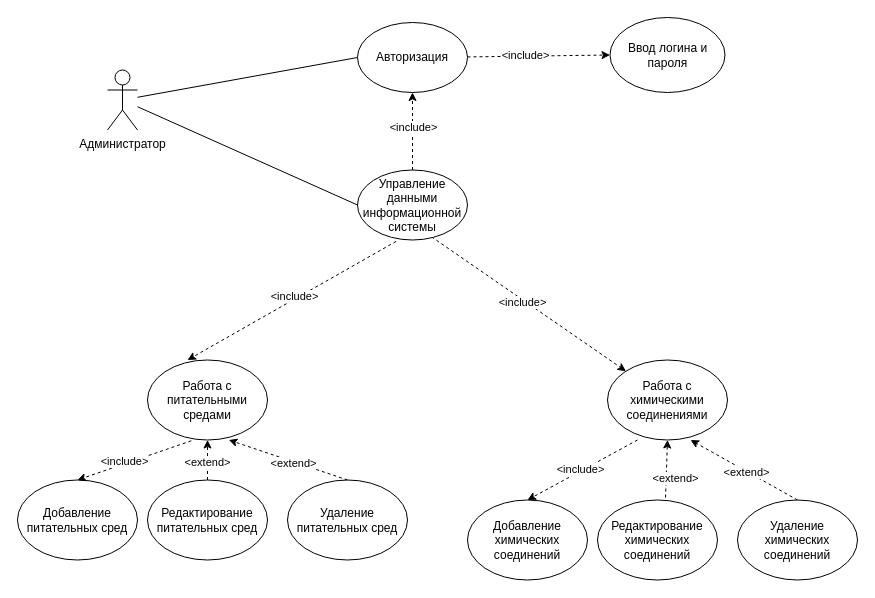
Before: use-case_admin.drawio in eva01pilot/plant-tissue-diagrams, a draw.io diagram. Source tidied: cells renumbered, new cells numbered last; positions are measured from the earlier drawing's top-left corner, leaving out a move shared by most shapes. Both pictures are drawn from the tidied source at 100%, with x=0, y=0 at pixel (17, 17).
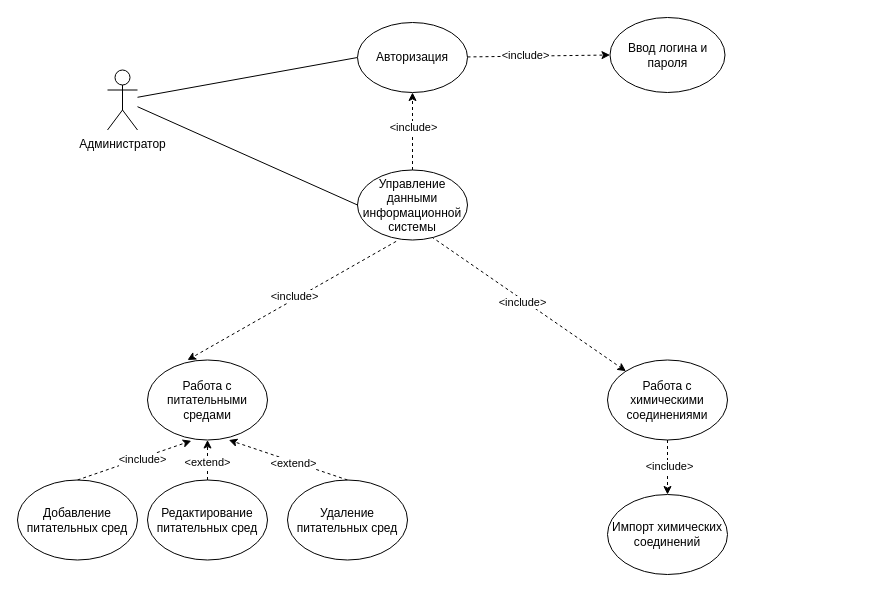
The same page after the edit.

The change refers to these unchanged cells:
```xml
<mxCell id="12" value="Работа с химическими соединениями" style="ellipse;whiteSpace=wrap;html=1;" parent="1" vertex="1">
  <mxGeometry x="590" y="342.5" width="120" height="80" as="geometry" />
</mxCell>
<mxCell id="13" value="&lt;div&gt;Работа с питательными средами&lt;/div&gt;" style="ellipse;whiteSpace=wrap;html=1;" parent="1" vertex="1">
  <mxGeometry x="130" y="342.5" width="120" height="80" as="geometry" />
</mxCell>
<mxCell id="16" value="&lt;div&gt;Добавление питательных сред&lt;/div&gt;" style="ellipse;whiteSpace=wrap;html=1;" parent="1" vertex="1">
  <mxGeometry y="462.5" width="120" height="80" as="geometry" />
</mxCell>
```

The edit, as a diff of the source:
```diff
@@
+    <mxCell id="36" style="edgeStyle=orthogonalEdgeStyle;rounded=0;jettySize=auto;html=1;entryX=0.5;entryY=0;entryDx=0;entryDy=0;dashed=1;" parent="1" edge="1" source="12" target="37">
+      <mxGeometry relative="1" as="geometry" />
+    </mxCell>
+    <mxCell id="29" value="&amp;lt;include&amp;gt;" style="edgeLabel;html=1;align=center;verticalAlign=middle;" parent="36" vertex="1">
+      <mxGeometry x="-0.03" y="1" relative="1" as="geometry" />
+    </mxCell>
@@
-    <mxCell id="19" style="endArrow=classic;html=1;rounded=0;exitX=0.365;exitY=1.01;exitDx=0;exitDy=0;entryX=0.5;entryY=0;entryDx=0;entryDy=0;dashed=1;exitPerimeter=0;" parent="1" edge="1" source="13" target="16">
+    <mxCell id="19" style="endArrow=classic;html=1;rounded=0;exitX=0.5;exitY=0;exitDx=0;exitDy=0;entryX=0.365;entryY=1.01;entryDx=0;entryDy=0;dashed=1;entryPerimeter=0;" parent="1" edge="1" source="16" target="13">
       <mxGeometry relative="1" as="geometry" />
     </mxCell>
@@
-    <mxCell id="25" value="&lt;div&gt;Добавление химических соединений&lt;br&gt;&lt;/div&gt;" style="ellipse;whiteSpace=wrap;html=1;" parent="1" vertex="1">
-      <mxGeometry x="450" y="482.5" width="120" height="80" as="geometry" />
-    </mxCell>
-    <mxCell id="26" value="&lt;div&gt;Редактирование химических соединений&lt;br&gt;&lt;/div&gt;" style="ellipse;whiteSpace=wrap;html=1;" parent="1" vertex="1">
-      <mxGeometry x="580" y="482.5" width="120" height="80" as="geometry" />
-    </mxCell>
-    <mxCell id="27" value="&lt;div&gt;Удаление химических соединений&lt;br&gt;&lt;/div&gt;" style="ellipse;whiteSpace=wrap;html=1;" parent="1" vertex="1">
-      <mxGeometry x="720" y="482.5" width="120" height="80" as="geometry" />
-    </mxCell>
-    <mxCell id="28" style="endArrow=classic;html=1;rounded=0;exitX=0.25;exitY=1;exitDx=0;exitDy=0;entryX=0.5;entryY=0;entryDx=0;entryDy=0;dashed=1;exitPerimeter=0;" parent="1" edge="1" source="12" target="25">
-      <mxGeometry relative="1" as="geometry" />
-    </mxCell>
-    <mxCell id="29" value="&amp;lt;include&amp;gt;" style="edgeLabel;html=1;align=center;verticalAlign=middle;" parent="28" vertex="1">
-      <mxGeometry x="0.02" y="-2" relative="1" as="geometry" />
-    </mxCell>
-    <mxCell id="30" style="endArrow=classic;html=1;rounded=0;exitX=0.567;exitY=-0.031;exitDx=0;exitDy=0;entryX=0.5;entryY=1;entryDx=0;entryDy=0;exitPerimeter=0;dashed=1;" parent="1" edge="1" source="26" target="12">
-      <mxGeometry relative="1" as="geometry" />
-    </mxCell>
-    <mxCell id="31" value="&amp;lt;extend&amp;gt;" style="edgeLabel;html=1;align=center;verticalAlign=middle;" parent="30" vertex="1">
-      <mxGeometry x="-0.13" y="-4" relative="1" as="geometry">
-        <mxPoint x="5" y="5" as="offset" />
-      </mxGeometry>
-    </mxCell>
-    <mxCell id="32" style="endArrow=classic;html=1;rounded=0;exitX=0.5;exitY=0;exitDx=0;exitDy=0;entryX=0.692;entryY=1;entryDx=0;entryDy=0;entryPerimeter=0;dashed=1;" parent="1" edge="1" source="27" target="12">
-      <mxGeometry relative="1" as="geometry" />
-    </mxCell>
-    <mxCell id="33" value="&amp;lt;extend&amp;gt;" style="edgeLabel;html=1;align=center;verticalAlign=middle;" parent="32" vertex="1">
-      <mxGeometry x="-0.05" y="1" relative="1" as="geometry" />
-    </mxCell>
@@
+    <mxCell id="37" value="Импорт химических соединений" style="ellipse;whiteSpace=wrap;html=1;" parent="1" vertex="1">
+      <mxGeometry x="590" y="477" width="120" height="80" as="geometry" />
+    </mxCell>
```
